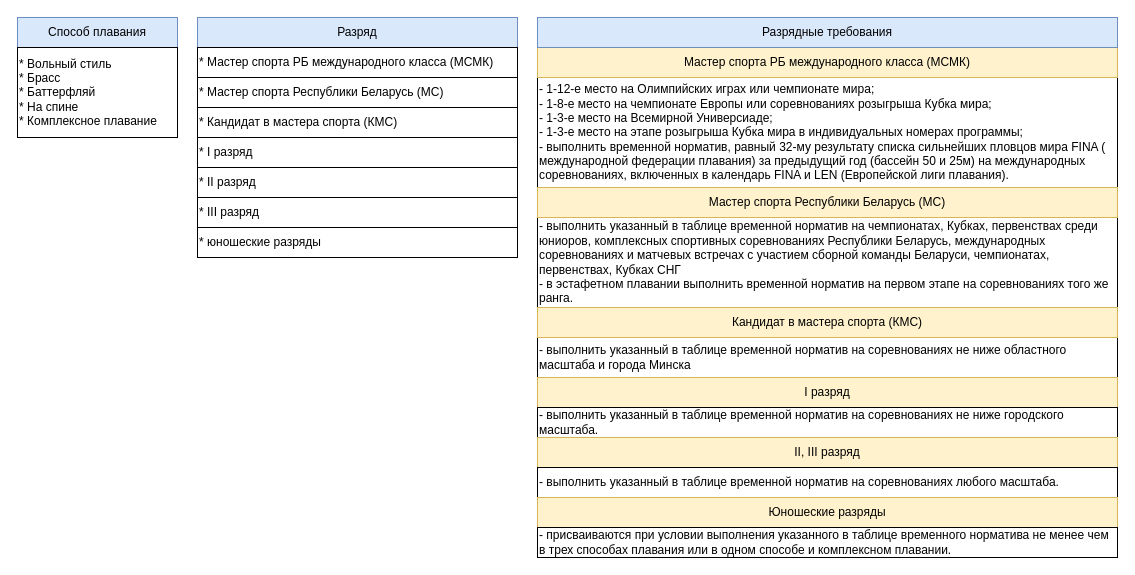
Above: page "Page-1" (1 of 2) of Разрядные нормативы.drawio in Buterbrod/Swimming-open (draw.io), before the change. Source tidied: cells renumbered, new cells numbered last; positions are measured from the earlier drawing's top-left corner, leaving out a move shared by most shapes. Both pictures are drawn from the tidied source at 100%, with x=0, y=0 at pixel (17, 17).
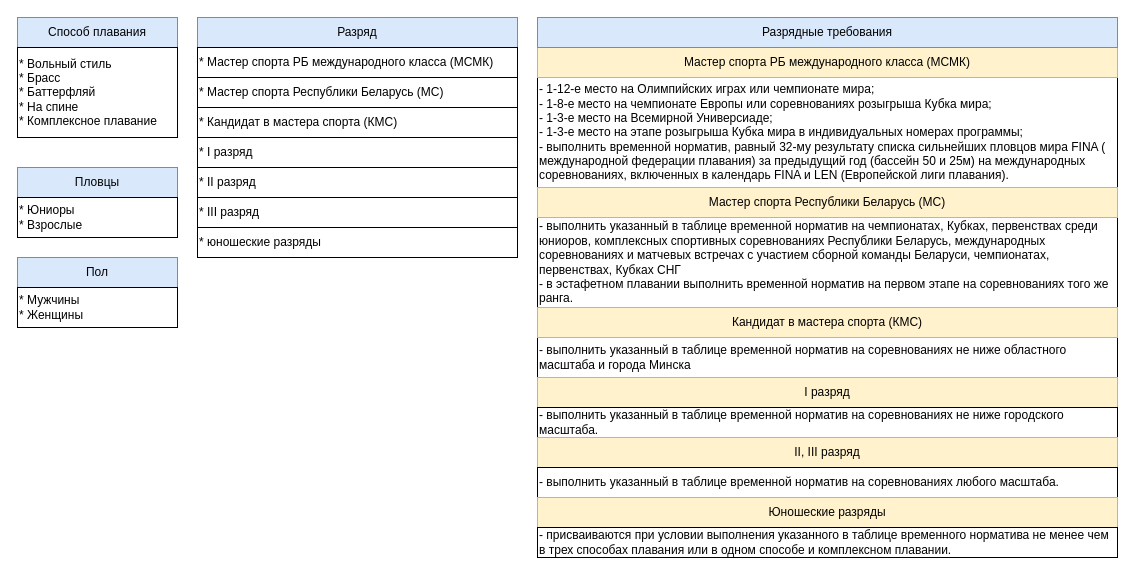
The same page after the edit.

What changed in the source:
```diff
@@
+    <mxCell id="25" value="Пловцы" style="rounded=0;whiteSpace=wrap;html=1;fillColor=#dae8fc;strokeColor=#6c8ebf;" parent="1" vertex="1">
+      <mxGeometry y="150" width="160" height="30" as="geometry" />
+    </mxCell>
+    <mxCell id="26" value="*&amp;nbsp;Юниоры&lt;br&gt;*&amp;nbsp;Взрослые" style="rounded=0;whiteSpace=wrap;html=1;align=left;" parent="1" vertex="1">
+      <mxGeometry y="180" width="160" height="40" as="geometry" />
+    </mxCell>
+    <mxCell id="27" value="Пол" style="rounded=0;whiteSpace=wrap;html=1;fillColor=#dae8fc;strokeColor=#6c8ebf;" parent="1" vertex="1">
+      <mxGeometry y="240" width="160" height="30" as="geometry" />
+    </mxCell>
+    <mxCell id="28" value="*&amp;nbsp;Мужчины&lt;br&gt;*&amp;nbsp;Женщины" style="rounded=0;whiteSpace=wrap;html=1;align=left;" parent="1" vertex="1">
+      <mxGeometry y="270" width="160" height="40" as="geometry" />
+    </mxCell>
```
